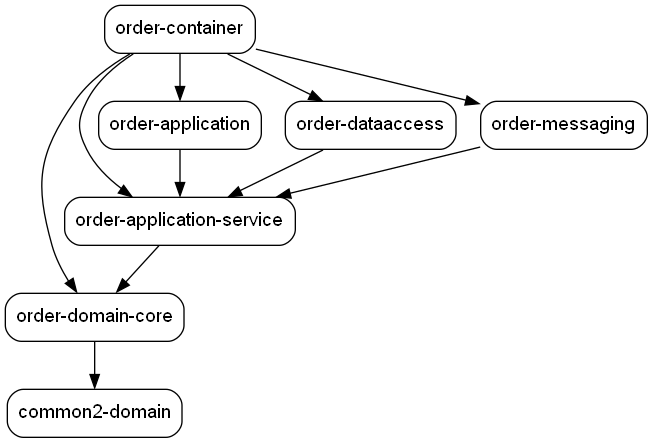
Before: target/dependency-graph.png, a diagram exported from Graphviz (sandrolivino/ordering-food-system). Its source is kept beside it as target/dependency-graph.dot.
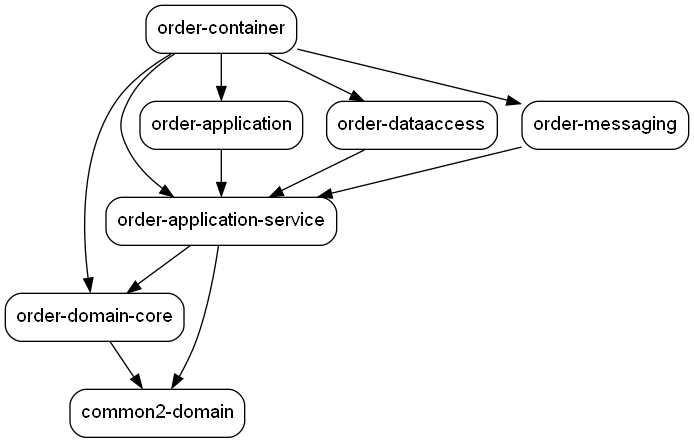
Above is the later version.

The edit, as a diff of the source:
```diff
@@ -12,6 +12,7 @@
 
   "com.food.ordering.system:order-domain-core:jar:compile" -> "com.food.ordering.system:common2-domain:jar:compile"
   "com.food.ordering.system:order-application-service:jar:compile" -> "com.food.ordering.system:order-domain-core:jar:compile"
+  "com.food.ordering.system:order-application-service:jar:compile" -> "com.food.ordering.system:common2-domain:jar:compile"
   "com.food.ordering.system:order-application:jar:compile" -> "com.food.ordering.system:order-application-service:jar:compile"
   "com.food.ordering.system:order-dataaccess:jar:compile" -> "com.food.ordering.system:order-application-service:jar:compile"
   "com.food.ordering.system:order-messaging:jar:compile" -> "com.food.ordering.system:order-application-service:jar:compile"
```
